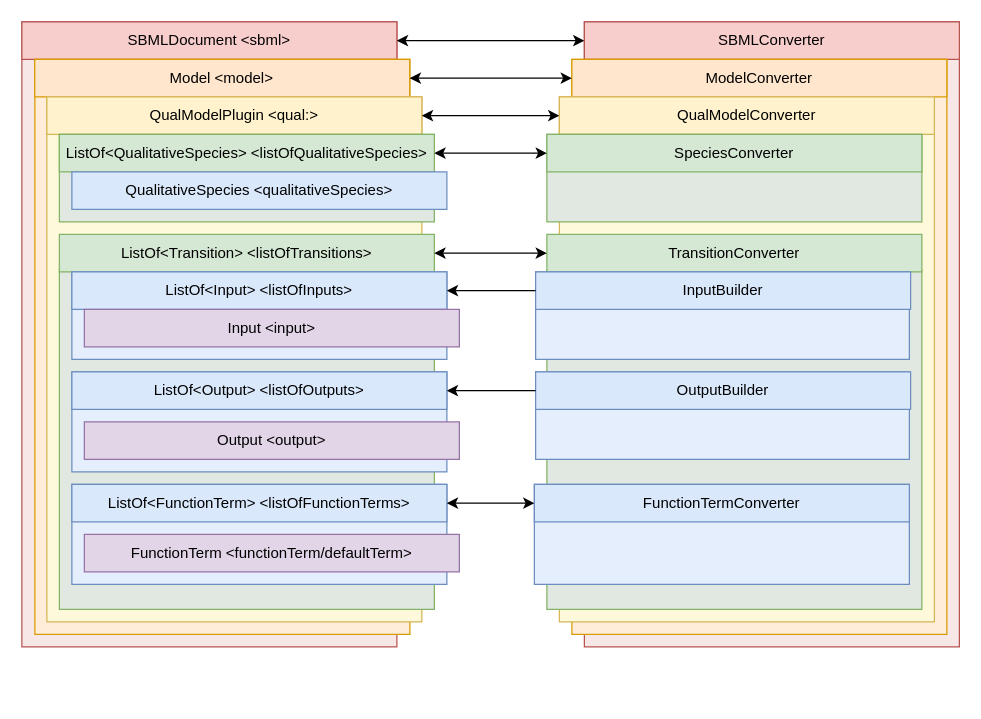
This is Diagrams/ConverterLayering.drawio from Unfunctioned/SBML-Converter-for-ERODE, a draw.io file, before an edit. Source tidied: cells renumbered, new cells numbered last; positions are measured from the earlier drawing's top-left corner, leaving out a move shared by most shapes. Both pictures are drawn from the tidied source at 125%, with x=0, y=0 at pixel (21, 21).
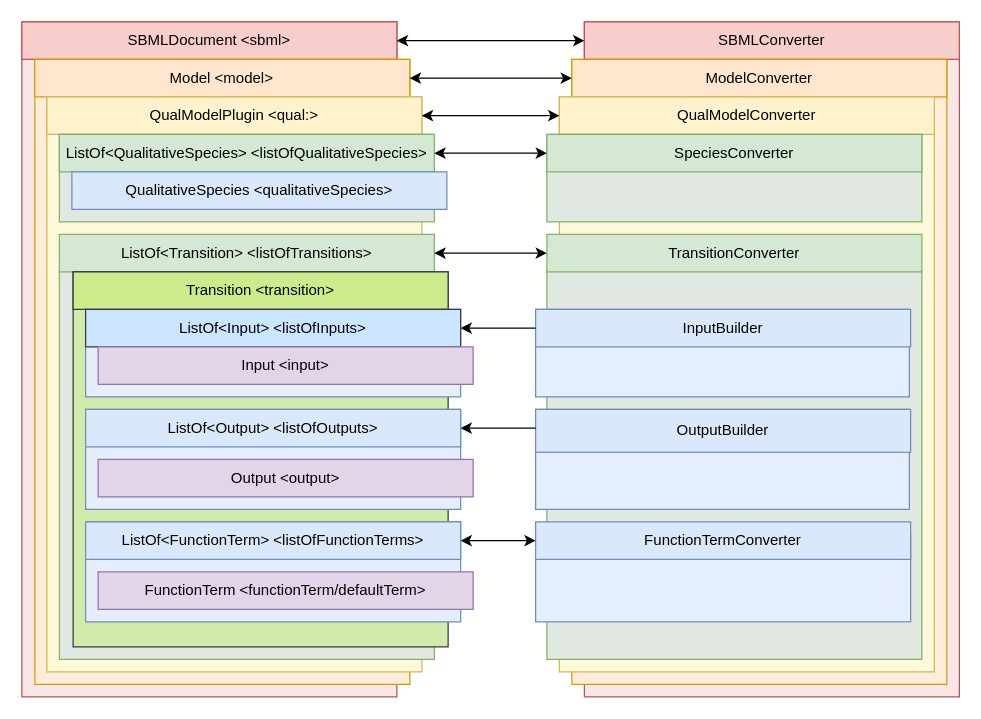
Above is the later version.

The change refers to these unchanged cells:
```xml
<mxCell id="42" value="InputBuilder" style="rounded=0;whiteSpace=wrap;html=1;fillColor=#dae8fc;strokeColor=#6c8ebf;" parent="40" vertex="1">
  <mxGeometry width="300" height="30" as="geometry" />
</mxCell>
```

Diff of the diagram source:
```diff
@@
     <mxCell id="2" style="rounded=0;whiteSpace=wrap;html=1;strokeWidth=1;strokeColor=#b85450;fillColor=#F8E7E7;" parent="1" vertex="1">
-      <mxGeometry width="300" height="500" as="geometry" />
+      <mxGeometry width="300" height="540" as="geometry" />
     </mxCell>
@@
     <mxCell id="4" style="rounded=0;whiteSpace=wrap;html=1;strokeWidth=1;strokeColor=#d79b00;fillColor=#FFEDD9;" parent="1" vertex="1">
-      <mxGeometry x="10.4" y="30" width="300" height="460" as="geometry" />
+      <mxGeometry x="10.4" y="30" width="300" height="500" as="geometry" />
     </mxCell>
@@
     <mxCell id="6" style="rounded=0;whiteSpace=wrap;html=1;strokeWidth=1;strokeColor=#d6b656;fillColor=#FFF9DB;" parent="1" vertex="1">
-      <mxGeometry x="20" y="60" width="300" height="420" as="geometry" />
+      <mxGeometry x="20" y="60" width="300" height="460" as="geometry" />
     </mxCell>
@@
     <mxCell id="10" style="rounded=0;whiteSpace=wrap;html=1;strokeWidth=1;fillColor=#E1E8E1;strokeColor=#82B366;" parent="1" vertex="1">
-      <mxGeometry x="30" y="198.6" width="300" height="271.4" as="geometry" />
+      <mxGeometry x="30" y="198.6" width="300" height="311.4" as="geometry" />
     </mxCell>
@@
-    <mxCell id="12" style="rounded=0;whiteSpace=wrap;html=1;strokeWidth=1;strokeColor=#6c8ebf;fillColor=#E5EEFC;" parent="1" vertex="1">
-      <mxGeometry x="40" y="200" width="300" height="70" as="geometry" />
-    </mxCell>
-    <mxCell id="13" value="ListOf&amp;lt;Input&amp;gt; &amp;lt;listOfInputs&amp;gt;" style="rounded=0;whiteSpace=wrap;html=1;strokeWidth=1;fillColor=#dae8fc;strokeColor=#6c8ebf;" parent="1" vertex="1">
-      <mxGeometry x="40" y="200" width="300" height="30" as="geometry" />
-    </mxCell>
-    <mxCell id="14" value="Input &amp;lt;input&amp;gt;" style="rounded=0;whiteSpace=wrap;html=1;strokeWidth=1;strokeColor=#9673a6;fillColor=#e1d5e7;" parent="1" vertex="1">
-      <mxGeometry x="50" y="230" width="300" height="30" as="geometry" />
-    </mxCell>
@@
-    <mxCell id="16" style="rounded=0;whiteSpace=wrap;html=1;strokeWidth=1;strokeColor=#6c8ebf;fillColor=#E5EEFC;" parent="1" vertex="1">
-      <mxGeometry x="40" y="280" width="300" height="80" as="geometry" />
-    </mxCell>
-    <mxCell id="17" value="ListOf&amp;lt;Output&amp;gt; &amp;lt;listOfOutputs&amp;gt;" style="rounded=0;whiteSpace=wrap;html=1;strokeWidth=1;fillColor=#dae8fc;strokeColor=#6c8ebf;" parent="1" vertex="1">
-      <mxGeometry x="40" y="280" width="300" height="30" as="geometry" />
-    </mxCell>
-    <mxCell id="18" value="Output &amp;lt;output&amp;gt;" style="rounded=0;whiteSpace=wrap;html=1;strokeWidth=1;strokeColor=#9673a6;fillColor=#e1d5e7;" parent="1" vertex="1">
-      <mxGeometry x="50" y="320" width="300" height="30" as="geometry" />
-    </mxCell>
-    <mxCell id="19" style="rounded=0;whiteSpace=wrap;html=1;strokeWidth=1;strokeColor=#6c8ebf;fillColor=#E5EEFC;" parent="1" vertex="1">
-      <mxGeometry x="40" y="370" width="300" height="80" as="geometry" />
-    </mxCell>
-    <mxCell id="20" value="ListOf&amp;lt;FunctionTerm&amp;gt; &amp;lt;listOfFunctionTerms&amp;gt;" style="rounded=0;whiteSpace=wrap;html=1;strokeWidth=1;fillColor=#dae8fc;strokeColor=#6c8ebf;" parent="1" vertex="1">
-      <mxGeometry x="40" y="370" width="300" height="30" as="geometry" />
-    </mxCell>
-    <mxCell id="21" value="FunctionTerm &amp;lt;functionTerm/defaultTerm&amp;gt;" style="rounded=0;whiteSpace=wrap;html=1;strokeWidth=1;strokeColor=#9673a6;fillColor=#e1d5e7;" parent="1" vertex="1">
-      <mxGeometry x="50" y="410" width="300" height="30" as="geometry" />
-    </mxCell>
     <mxCell id="22" style="rounded=0;whiteSpace=wrap;html=1;strokeWidth=1;strokeColor=#b85450;fillColor=#F8E7E7;" parent="1" vertex="1">
-      <mxGeometry x="450" width="300" height="500" as="geometry" />
+      <mxGeometry x="450" width="300" height="540" as="geometry" />
     </mxCell>
@@
     <mxCell id="24" style="rounded=0;whiteSpace=wrap;html=1;strokeWidth=1;strokeColor=#d79b00;fillColor=#FFEDD9;" parent="1" vertex="1">
-      <mxGeometry x="440" y="30" width="300" height="460" as="geometry" />
+      <mxGeometry x="440" y="30" width="300" height="500" as="geometry" />
     </mxCell>
@@
     <mxCell id="26" style="rounded=0;whiteSpace=wrap;html=1;strokeWidth=1;strokeColor=#d6b656;fillColor=#FFF9DB;" parent="1" vertex="1">
-      <mxGeometry x="430" y="60" width="300" height="420" as="geometry" />
+      <mxGeometry x="430" y="60" width="300" height="460" as="geometry" />
     </mxCell>
@@
     <mxCell id="30" style="rounded=0;whiteSpace=wrap;html=1;strokeWidth=1;fillColor=#E1E8E1;strokeColor=#82B366;" parent="1" vertex="1">
-      <mxGeometry x="420" y="198.6" width="300" height="271.4" as="geometry" />
+      <mxGeometry x="420" y="198.6" width="300" height="311.4" as="geometry" />
     </mxCell>
@@
     <mxCell id="32" style="rounded=0;whiteSpace=wrap;html=1;strokeWidth=1;strokeColor=#6c8ebf;fillColor=#E5EEFC;" parent="1" vertex="1">
-      <mxGeometry x="410" y="370" width="300" height="80" as="geometry" />
+      <mxGeometry x="411" y="410" width="300" height="70" as="geometry" />
     </mxCell>
     <mxCell id="33" value="FunctionTermConverter" style="rounded=0;whiteSpace=wrap;html=1;strokeWidth=1;fillColor=#dae8fc;strokeColor=#6c8ebf;" parent="1" vertex="1">
-      <mxGeometry x="410" y="370" width="300" height="30" as="geometry" />
+      <mxGeometry x="411" y="400" width="300" height="30" as="geometry" />
     </mxCell>
@@
     <mxCell id="40" style="group;" parent="1" vertex="1">
-      <mxGeometry x="411" y="200" width="300" height="70" as="geometry" />
+      <mxGeometry x="411" y="230" width="300" height="70" as="geometry" />
     </mxCell>
@@
     <mxCell id="43" style="group;" parent="1" vertex="1">
-      <mxGeometry x="411" y="280" width="300" height="70" as="geometry" />
+      <mxGeometry x="411" y="310" width="300" height="80" as="geometry" />
     </mxCell>
     <mxCell id="44" style="rounded=0;whiteSpace=wrap;html=1;strokeColor=#6c8ebf;fillColor=#E5EEFC;" parent="43" vertex="1">
-      <mxGeometry width="299" height="70" as="geometry" />
+      <mxGeometry width="299" height="80" as="geometry" />
     </mxCell>
     <mxCell id="45" value="OutputBuilder" style="rounded=0;whiteSpace=wrap;html=1;fillColor=#dae8fc;strokeColor=#6c8ebf;" parent="43" vertex="1">
-      <mxGeometry width="300" height="30" as="geometry" />
+      <mxGeometry width="300" height="34.3" as="geometry" />
     </mxCell>
     <mxCell id="46" style="edgeStyle=orthogonalEdgeStyle;rounded=0;jettySize=auto;html=1;" parent="1" edge="1" source="42" target="13">
-      <mxGeometry relative="1" as="geometry" />
+      <mxGeometry relative="1" as="geometry">
+        <Array as="points">
+          <mxPoint x="381" y="245" />
+          <mxPoint x="381" y="245" />
+        </Array>
+      </mxGeometry>
     </mxCell>
     <mxCell id="47" style="edgeStyle=orthogonalEdgeStyle;rounded=0;jettySize=auto;html=1;entryX=1;entryY=0.5;entryDx=0;entryDy=0;" parent="1" edge="1" source="45" target="17">
-      <mxGeometry relative="1" as="geometry" />
+      <mxGeometry relative="1" as="geometry">
+        <Array as="points">
+          <mxPoint x="401" y="325" />
+          <mxPoint x="401" y="325" />
+        </Array>
+      </mxGeometry>
     </mxCell>
+    <mxCell id="48" style="group;" parent="1" vertex="1">
+      <mxGeometry x="41" y="200" width="320" height="300" as="geometry" />
+    </mxCell>
+    <mxCell id="49" style="rounded=0;whiteSpace=wrap;html=1;strokeColor=#36393d;fillColor=#D1EBA9;" parent="48" vertex="1">
+      <mxGeometry width="300" height="300" as="geometry" />
+    </mxCell>
+    <mxCell id="50" value="Transition &amp;lt;transition&amp;gt;" style="rounded=0;whiteSpace=wrap;html=1;strokeWidth=1;fillColor=#cdeb8b;strokeColor=#36393d;" parent="48" vertex="1">
+      <mxGeometry width="300" height="30" as="geometry" />
+    </mxCell>
+    <mxCell id="51" style="group;" parent="48" vertex="1">
+      <mxGeometry x="10" y="30" width="310" height="250" as="geometry" />
+    </mxCell>
+    <mxCell id="12" style="rounded=0;whiteSpace=wrap;html=1;strokeWidth=1;strokeColor=#6c8ebf;fillColor=#E5EEFC;" parent="51" vertex="1">
+      <mxGeometry width="300" height="70" as="geometry" />
+    </mxCell>
+    <mxCell id="13" value="ListOf&amp;lt;Input&amp;gt; &amp;lt;listOfInputs&amp;gt;" style="rounded=0;whiteSpace=wrap;html=1;strokeWidth=1;fillColor=#cce5ff;strokeColor=#36393d;" parent="51" vertex="1">
+      <mxGeometry width="300" height="30" as="geometry" />
+    </mxCell>
+    <mxCell id="14" value="Input &amp;lt;input&amp;gt;" style="rounded=0;whiteSpace=wrap;html=1;strokeWidth=1;fillColor=#e1d5e7;strokeColor=#9673a6;" parent="51" vertex="1">
+      <mxGeometry x="10" y="30" width="300" height="30" as="geometry" />
+    </mxCell>
+    <mxCell id="16" style="rounded=0;whiteSpace=wrap;html=1;strokeWidth=1;strokeColor=#6c8ebf;fillColor=#E5EEFC;" parent="51" vertex="1">
+      <mxGeometry y="80" width="300" height="80" as="geometry" />
+    </mxCell>
+    <mxCell id="17" value="ListOf&amp;lt;Output&amp;gt; &amp;lt;listOfOutputs&amp;gt;" style="rounded=0;whiteSpace=wrap;html=1;strokeWidth=1;fillColor=#dae8fc;strokeColor=#6c8ebf;" parent="51" vertex="1">
+      <mxGeometry y="80" width="300" height="30" as="geometry" />
+    </mxCell>
+    <mxCell id="18" value="Output &amp;lt;output&amp;gt;" style="rounded=0;whiteSpace=wrap;html=1;strokeWidth=1;strokeColor=#9673a6;fillColor=#e1d5e7;" parent="51" vertex="1">
+      <mxGeometry x="10" y="120" width="300" height="30" as="geometry" />
+    </mxCell>
+    <mxCell id="19" style="rounded=0;whiteSpace=wrap;html=1;strokeWidth=1;strokeColor=#6c8ebf;fillColor=#E5EEFC;" parent="51" vertex="1">
+      <mxGeometry y="170" width="300" height="80" as="geometry" />
+    </mxCell>
+    <mxCell id="20" value="ListOf&amp;lt;FunctionTerm&amp;gt; &amp;lt;listOfFunctionTerms&amp;gt;" style="rounded=0;whiteSpace=wrap;html=1;strokeWidth=1;fillColor=#dae8fc;strokeColor=#6c8ebf;" parent="51" vertex="1">
+      <mxGeometry y="170" width="300" height="30" as="geometry" />
+    </mxCell>
+    <mxCell id="21" value="FunctionTerm &amp;lt;functionTerm/defaultTerm&amp;gt;" style="rounded=0;whiteSpace=wrap;html=1;strokeWidth=1;strokeColor=#9673a6;fillColor=#e1d5e7;" parent="51" vertex="1">
+      <mxGeometry x="10" y="210" width="300" height="30" as="geometry" />
+    </mxCell>
```
